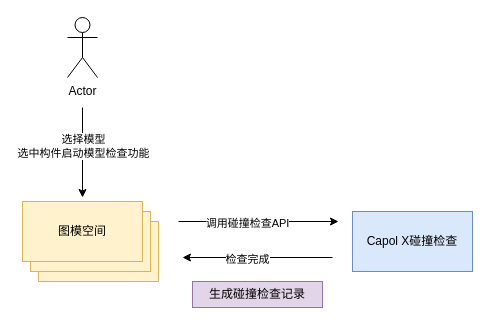
Above: draw.io/模型碰撞检查基础模型.drawio in KeatonLi/pictures (draw.io), before the change. Source tidied: cells renumbered, new cells numbered last; positions are measured from the earlier drawing's top-left corner, leaving out a move shared by most shapes. Both pictures are drawn from the tidied source at 100%, with x=0, y=0 at pixel (22, 17).
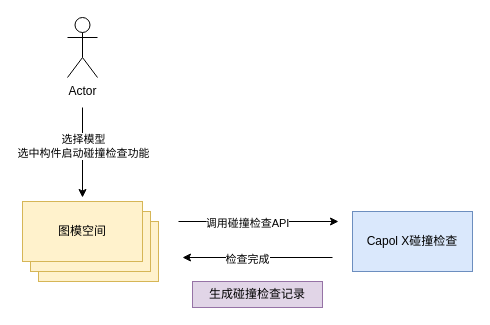
After the change.

Commit message (it also covers changes not shown here):
更新模型碰撞检查基础模型.drawio

Diff of the diagram source:
```diff
@@
 <mxGraphModel>
   <root>
     <mxCell id="0" />
     <mxCell id="1" parent="0" />
     <mxCell id="2" value="Actor" style="shape=umlActor;verticalLabelPosition=bottom;verticalAlign=top;html=1;" parent="1" vertex="1">
       <mxGeometry x="45" width="30" height="60" as="geometry" />
     </mxCell>
     <mxCell id="3" style="rounded=0;whiteSpace=wrap;html=1;fillColor=#fff2cc;strokeColor=#d6b656;" parent="1" vertex="1">
       <mxGeometry x="16" y="204" width="120" height="60" as="geometry" />
     </mxCell>
     <mxCell id="4" style="rounded=0;whiteSpace=wrap;html=1;fillColor=#fff2cc;strokeColor=#d6b656;" parent="1" vertex="1">
       <mxGeometry x="8" y="194" width="120" height="60" as="geometry" />
     </mxCell>
     <mxCell id="5" value="图模空间" style="rounded=0;whiteSpace=wrap;html=1;fillColor=#fff2cc;strokeColor=#d6b656;" parent="1" vertex="1">
       <mxGeometry y="184" width="120" height="60" as="geometry" />
     </mxCell>
     <mxCell id="6" value="Capol X碰撞检查" style="rounded=0;whiteSpace=wrap;html=1;fillColor=#dae8fc;strokeColor=#6c8ebf;" parent="1" vertex="1">
       <mxGeometry x="330" y="194" width="120" height="60" as="geometry" />
     </mxCell>
     <mxCell id="7" style="endArrow=classic;html=1;rounded=0;" parent="1" edge="1">
       <mxGeometry relative="1" as="geometry">
         <mxPoint x="60" y="90" as="sourcePoint" />
         <mxPoint x="60" y="180" as="targetPoint" />
       </mxGeometry>
     </mxCell>
-    <mxCell id="8" value="选择模型&lt;br style=&quot;box-sizing: border-box; -webkit-tap-highlight-color: rgba(0, 0, 0, 0); --tw-border-spacing-x: 0; --tw-border-spacing-y: 0; --tw-translate-x: 0; --tw-translate-y: 0; --tw-rotate: 0; --tw-skew-x: 0; --tw-skew-y: 0; --tw-scale-x: 1; --tw-scale-y: 1; --tw-pan-x: ; --tw-pan-y: ; --tw-pinch-zoom: ; --tw-scroll-snap-strictness: proximity; --tw-gradient-from-position: ; --tw-gradient-via-position: ; --tw-gradient-to-position: ; --tw-ordinal: ; --tw-slashed-zero: ; --tw-numeric-figure: ; --tw-numeric-spacing: ; --tw-numeric-fraction: ; --tw-ring-inset: ; --tw-ring-offset-width: 0px; --tw-ring-offset-color: #fff; --tw-ring-color: rgb(59 130 246 / 0.5); --tw-ring-offset-shadow: 0 0 #0000; --tw-ring-shadow: 0 0 #0000; --tw-shadow: 0 0 #0000; --tw-shadow-colored: 0 0 #0000; --tw-blur: ; --tw-brightness: ; --tw-contrast: ; --tw-grayscale: ; --tw-hue-rotate: ; --tw-invert: ; --tw-saturate: ; --tw-sepia: ; --tw-drop-shadow: ; --tw-backdrop-blur: ; --tw-backdrop-brightness: ; --tw-backdrop-contrast: ; --tw-backdrop-grayscale: ; --tw-backdrop-hue-rotate: ; --tw-backdrop-invert: ; --tw-backdrop-opacity: ; --tw-backdrop-saturate: ; --tw-backdrop-sepia: ; --tw-contain-size: ; --tw-contain-layout: ; --tw-contain-paint: ; --tw-contain-style: ;&quot;&gt;选中构件启动模型检查功能" style="edgeLabel;html=1;align=center;verticalAlign=middle;" parent="7" vertex="1">
+    <mxCell id="8" value="选择模型&lt;br style=&quot;box-sizing: border-box; -webkit-tap-highlight-color: rgba(0, 0, 0, 0); --tw-border-spacing-x: 0; --tw-border-spacing-y: 0; --tw-translate-x: 0; --tw-translate-y: 0; --tw-rotate: 0; --tw-skew-x: 0; --tw-skew-y: 0; --tw-scale-x: 1; --tw-scale-y: 1; --tw-pan-x: ; --tw-pan-y: ; --tw-pinch-zoom: ; --tw-scroll-snap-strictness: proximity; --tw-gradient-from-position: ; --tw-gradient-via-position: ; --tw-gradient-to-position: ; --tw-ordinal: ; --tw-slashed-zero: ; --tw-numeric-figure: ; --tw-numeric-spacing: ; --tw-numeric-fraction: ; --tw-ring-inset: ; --tw-ring-offset-width: 0px; --tw-ring-offset-color: #fff; --tw-ring-color: rgb(59 130 246 / 0.5); --tw-ring-offset-shadow: 0 0 #0000; --tw-ring-shadow: 0 0 #0000; --tw-shadow: 0 0 #0000; --tw-shadow-colored: 0 0 #0000; --tw-blur: ; --tw-brightness: ; --tw-contrast: ; --tw-grayscale: ; --tw-hue-rotate: ; --tw-invert: ; --tw-saturate: ; --tw-sepia: ; --tw-drop-shadow: ; --tw-backdrop-blur: ; --tw-backdrop-brightness: ; --tw-backdrop-contrast: ; --tw-backdrop-grayscale: ; --tw-backdrop-hue-rotate: ; --tw-backdrop-invert: ; --tw-backdrop-opacity: ; --tw-backdrop-saturate: ; --tw-backdrop-sepia: ; --tw-contain-size: ; --tw-contain-layout: ; --tw-contain-paint: ; --tw-contain-style: ;&quot;&gt;选中构件启动碰撞检查功能" style="edgeLabel;html=1;align=center;verticalAlign=middle;" parent="7" vertex="1">
       <mxGeometry x="-0.16" relative="1" as="geometry" />
     </mxCell>
     <mxCell id="9" style="endArrow=classic;html=1;rounded=0;" parent="1" edge="1">
       <mxGeometry relative="1" as="geometry">
         <mxPoint x="156" y="204" as="sourcePoint" />
         <mxPoint x="316" y="204" as="targetPoint" />
       </mxGeometry>
     </mxCell>
     <mxCell id="10" value="调用碰撞检查API" style="edgeLabel;html=1;align=center;verticalAlign=middle;" parent="9" vertex="1">
       <mxGeometry x="-0.15" y="-1" relative="1" as="geometry" />
     </mxCell>
     <mxCell id="11" style="endArrow=classic;html=1;rounded=0;" parent="1" edge="1">
       <mxGeometry relative="1" as="geometry">
         <mxPoint x="310" y="240" as="sourcePoint" />
         <mxPoint x="160" y="240" as="targetPoint" />
       </mxGeometry>
     </mxCell>
     <mxCell id="12" value="检查完成" style="edgeLabel;html=1;align=center;verticalAlign=middle;" parent="11" vertex="1">
       <mxGeometry x="0.15" y="1" relative="1" as="geometry" />
     </mxCell>
     <mxCell id="13" value="生成碰撞检查记录" style="rounded=0;whiteSpace=wrap;html=1;fillColor=#e1d5e7;strokeColor=#9673a6;" parent="1" vertex="1">
       <mxGeometry x="170" y="264" width="130" height="26" as="geometry" />
     </mxCell>
   </root>
 </mxGraphModel>
```
